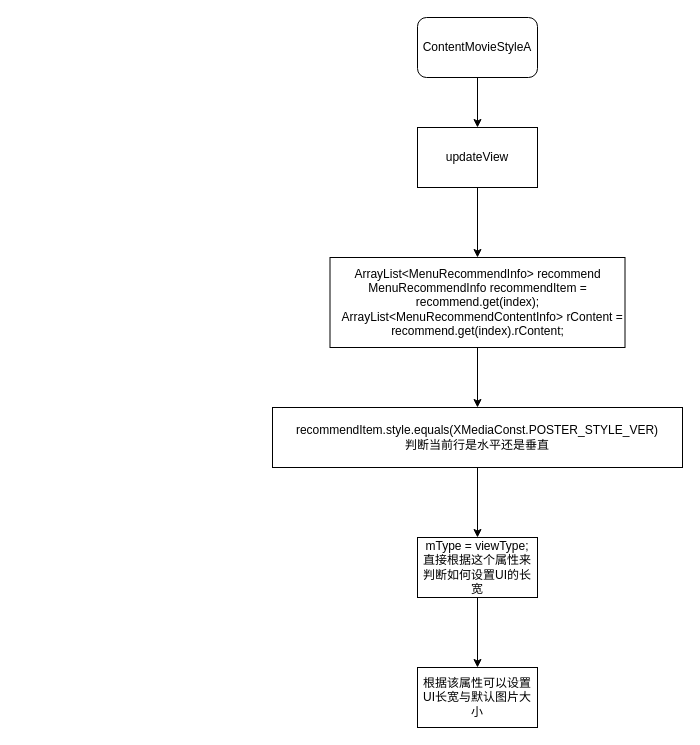
The draw.io diagram XMediaTv_Dynamic_UI.drawio in honghonglhh2018/ThinkingFlowChart, before the edit. Source tidied: cells renumbered, new cells numbered last; positions are measured from the earlier drawing's top-left corner, leaving out a move shared by most shapes. Both pictures are drawn from the tidied source at 100%, with x=0, y=0 at pixel (272, 17).
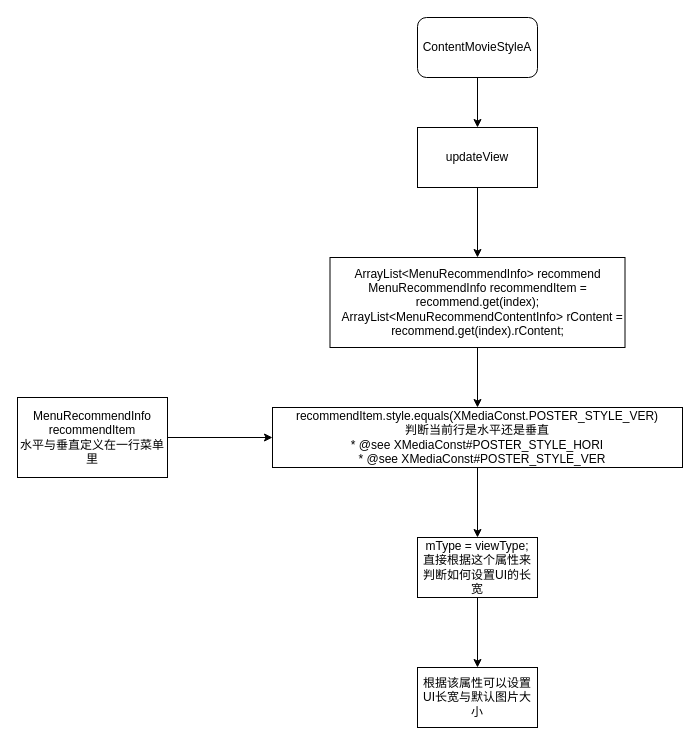
The same diagram, later.

The edit, as a diff of the source:
```diff
@@
 <mxGraphModel>
   <root>
     <mxCell id="0" />
     <mxCell id="1" parent="0" />
     <mxCell id="2" style="edgeStyle=orthogonalEdgeStyle;rounded=0;jettySize=auto;html=1;" parent="1" edge="1" source="3" target="5">
       <mxGeometry relative="1" as="geometry" />
     </mxCell>
     <mxCell id="3" value="ContentMovieStyleA" style="rounded=1;whiteSpace=wrap;html=1;" parent="1" vertex="1">
       <mxGeometry x="145" width="120" height="60" as="geometry" />
     </mxCell>
     <mxCell id="4" style="edgeStyle=orthogonalEdgeStyle;rounded=0;jettySize=auto;html=1;" parent="1" edge="1" source="5" target="7">
       <mxGeometry relative="1" as="geometry" />
     </mxCell>
     <mxCell id="5" value="updateView" style="rounded=0;whiteSpace=wrap;html=1;" parent="1" vertex="1">
       <mxGeometry x="145" y="110" width="120" height="60" as="geometry" />
     </mxCell>
     <mxCell id="6" style="edgeStyle=orthogonalEdgeStyle;rounded=0;jettySize=auto;html=1;" parent="1" edge="1" source="7" target="9">
       <mxGeometry relative="1" as="geometry" />
     </mxCell>
     <mxCell id="7" value="ArrayList&amp;lt;MenuRecommendInfo&amp;gt; recommend&lt;br&gt;&lt;div&gt;MenuRecommendInfo recommendItem = recommend.get(index);&lt;/div&gt;&lt;div&gt;&lt;span style=&quot;white-space: pre&quot;&gt;   &lt;/span&gt;ArrayList&amp;lt;MenuRecommendContentInfo&amp;gt; rContent = recommend.get(index).rContent;&lt;/div&gt;" style="rounded=0;whiteSpace=wrap;html=1;" parent="1" vertex="1">
       <mxGeometry x="57.5" y="240" width="295" height="90" as="geometry" />
     </mxCell>
     <mxCell id="8" style="edgeStyle=orthogonalEdgeStyle;rounded=0;jettySize=auto;html=1;" parent="1" edge="1" source="9" target="11">
       <mxGeometry relative="1" as="geometry" />
     </mxCell>
-    <mxCell id="9" value="recommendItem.style.equals(XMediaConst.POSTER_STYLE_VER)&lt;br&gt;判断当前行是水平还是垂直" style="rounded=0;whiteSpace=wrap;html=1;" parent="1" vertex="1">
+    <mxCell id="9" value="recommendItem.style.equals(XMediaConst.POSTER_STYLE_VER)&lt;br&gt;判断当前行是水平还是垂直&lt;br&gt;&lt;div&gt;* @see XMediaConst#POSTER_STYLE_HORI&lt;/div&gt;&lt;div&gt;&lt;span style=&quot;white-space: pre&quot;&gt;  &lt;/span&gt; * @see XMediaConst#POSTER_STYLE_VER&lt;/div&gt;" style="rounded=0;whiteSpace=wrap;html=1;" parent="1" vertex="1">
       <mxGeometry y="390" width="410" height="60" as="geometry" />
     </mxCell>
     <mxCell id="10" style="edgeStyle=orthogonalEdgeStyle;rounded=0;jettySize=auto;html=1;" parent="1" edge="1" source="11" target="12">
       <mxGeometry relative="1" as="geometry" />
     </mxCell>
     <mxCell id="11" value="mType = viewType;&lt;br&gt;直接根据这个属性来判断如何设置UI的长宽" style="rounded=0;whiteSpace=wrap;html=1;" parent="1" vertex="1">
       <mxGeometry x="145" y="520" width="120" height="60" as="geometry" />
     </mxCell>
     <mxCell id="12" value="根据该属性可以设置UI长宽与默认图片大小" style="rounded=0;whiteSpace=wrap;html=1;" parent="1" vertex="1">
       <mxGeometry x="145" y="650" width="120" height="60" as="geometry" />
     </mxCell>
+    <mxCell id="13" style="edgeStyle=orthogonalEdgeStyle;rounded=0;jettySize=auto;html=1;" parent="1" edge="1" source="14" target="9">
+      <mxGeometry relative="1" as="geometry" />
+    </mxCell>
+    <mxCell id="14" value="MenuRecommendInfo recommendItem&lt;br&gt;水平与垂直定义在一行菜单里" style="rounded=0;whiteSpace=wrap;html=1;" parent="1" vertex="1">
+      <mxGeometry x="-255" y="380" width="150" height="80" as="geometry" />
+    </mxCell>
   </root>
 </mxGraphModel>
```
